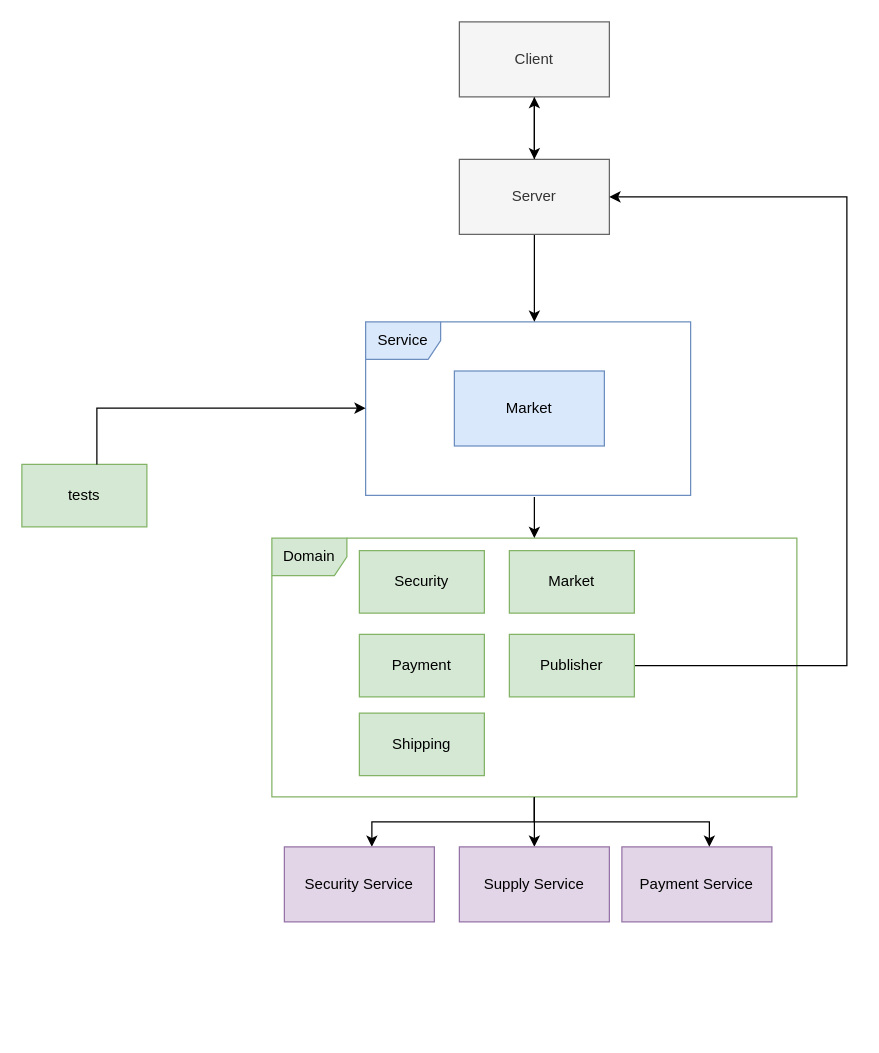
The draw.io diagram page "system architecture" (2 of 2) of Artifacts/architeture_diagram.drawio in yanay94sun/Workshop, before the edit. Source tidied: cells renumbered, new cells numbered last; positions are measured from the earlier drawing's top-left corner, leaving out a move shared by most shapes. Both pictures are drawn from the tidied source at 125%, with x=0, y=0 at pixel (21, 21).
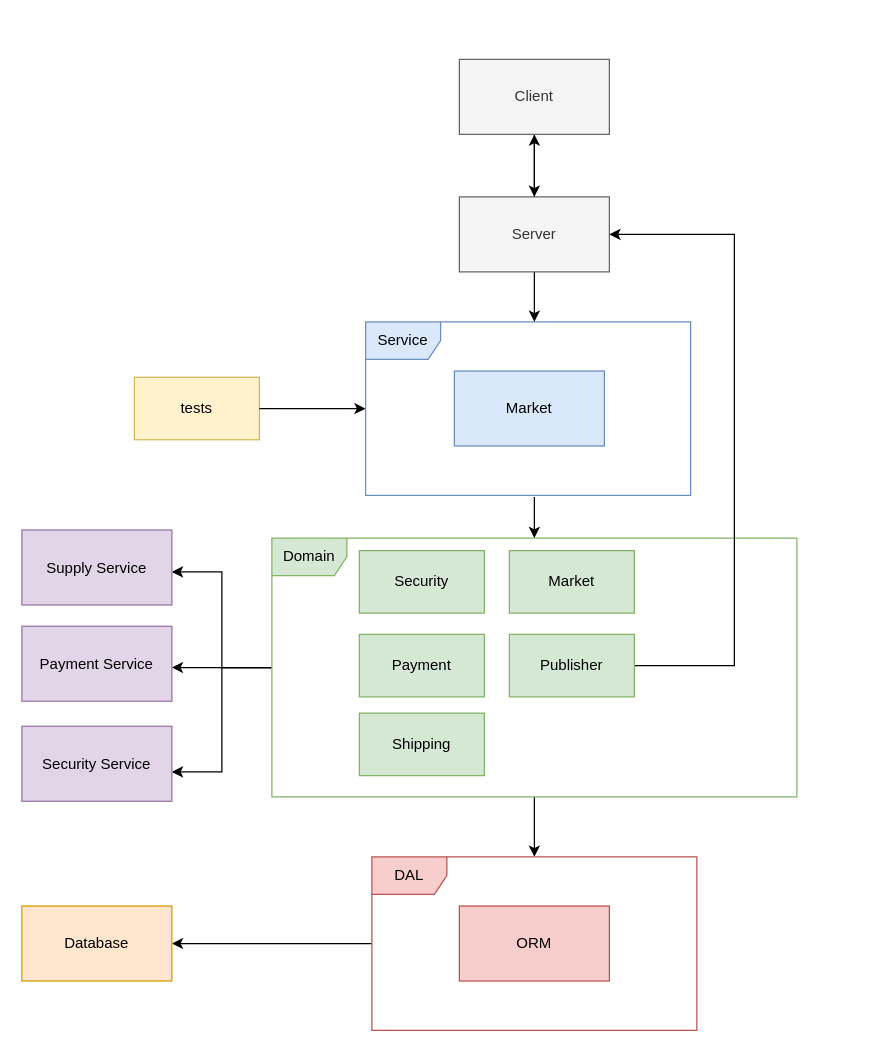
The same page after the edit.

The change refers to these unchanged cells:
```xml
<mxCell id="2" value="Service" style="shape=umlFrame;whiteSpace=wrap;html=1;fillColor=#dae8fc;strokeColor=#6c8ebf;swimlaneFillColor=none;shadow=0;sketch=0;" parent="1" vertex="1">
  <mxGeometry x="275" y="240" width="260" height="138.7" as="geometry" />
</mxCell>
<mxCell id="8" value="Domain" style="shape=umlFrame;whiteSpace=wrap;html=1;fillColor=#d5e8d4;strokeColor=#82b366;gradientColor=none;swimlaneFillColor=none;shadow=0;sketch=0;" parent="1" vertex="1">
  <mxGeometry x="200" y="413" width="420" height="207" as="geometry" />
</mxCell>
<mxCell id="18" value="Publisher" style="rounded=0;whiteSpace=wrap;html=1;fillColor=#d5e8d4;strokeColor=#82b366;" parent="1" vertex="1">
  <mxGeometry x="390" y="490" width="100" height="50" as="geometry" />
</mxCell>
```

What changed in the source:
```diff
@@
     <mxCell id="5" value="Server" style="rounded=0;whiteSpace=wrap;html=1;fillColor=#f5f5f5;fontColor=#333333;strokeColor=#666666;" parent="1" vertex="1">
-      <mxGeometry x="350" y="110" width="120" height="60" as="geometry" />
+      <mxGeometry x="350" y="140" width="120" height="60" as="geometry" />
     </mxCell>
+    <mxCell id="7" style="edgeStyle=orthogonalEdgeStyle;rounded=0;jettySize=auto;html=1;" parent="1" edge="1" source="8" target="12">
+      <mxGeometry relative="1" as="geometry">
+        <Array as="points">
+          <mxPoint x="160" y="516" />
+          <mxPoint x="160" y="440" />
+        </Array>
+      </mxGeometry>
+    </mxCell>
     <mxCell id="6" style="edgeStyle=orthogonalEdgeStyle;rounded=0;jettySize=auto;html=1;" parent="1" edge="1" source="8" target="23">
       <mxGeometry relative="1" as="geometry">
         <Array as="points">
-          <mxPoint x="410" y="640" />
-          <mxPoint x="280" y="640" />
+          <mxPoint x="160" y="516" />
+          <mxPoint x="160" y="600" />
         </Array>
       </mxGeometry>
     </mxCell>
-    <mxCell id="7" style="edgeStyle=orthogonalEdgeStyle;rounded=0;jettySize=auto;html=1;" parent="1" edge="1" source="8" target="12">
-      <mxGeometry relative="1" as="geometry">
-        <Array as="points">
-          <mxPoint x="410" y="650" />
-          <mxPoint x="410" y="650" />
-        </Array>
-      </mxGeometry>
-    </mxCell>
+    <mxCell id="24" style="edgeStyle=orthogonalEdgeStyle;rounded=0;jettySize=auto;html=1;" parent="1" edge="1" source="8" target="11">
+      <mxGeometry relative="1" as="geometry">
+        <Array as="points">
+          <mxPoint x="160" y="517" />
+          <mxPoint x="160" y="517" />
+        </Array>
+      </mxGeometry>
+    </mxCell>
+    <mxCell id="25" style="edgeStyle=orthogonalEdgeStyle;rounded=0;jettySize=auto;html=1;" parent="1" edge="1" source="8" target="27">
+      <mxGeometry relative="1" as="geometry" />
+    </mxCell>
@@
     <mxCell id="11" value="Payment Service" style="rounded=0;whiteSpace=wrap;html=1;fillColor=#e1d5e7;strokeColor=#9673a6;" parent="1" vertex="1">
-      <mxGeometry x="480" y="660" width="120" height="60" as="geometry" />
+      <mxGeometry y="483.5" width="120" height="60" as="geometry" />
     </mxCell>
     <mxCell id="12" value="Supply Service" style="rounded=0;whiteSpace=wrap;html=1;fillColor=#e1d5e7;strokeColor=#9673a6;" parent="1" vertex="1">
-      <mxGeometry x="350" y="660" width="120" height="60" as="geometry" />
+      <mxGeometry y="406.5" width="120" height="60" as="geometry" />
     </mxCell>
@@
     <mxCell id="17" style="edgeStyle=orthogonalEdgeStyle;rounded=0;jettySize=auto;html=1;" parent="1" edge="1" source="18" target="5">
       <mxGeometry relative="1" as="geometry">
         <Array as="points">
-          <mxPoint x="660" y="515" />
-          <mxPoint x="660" y="140" />
+          <mxPoint x="570" y="515" />
+          <mxPoint x="570" y="170" />
         </Array>
       </mxGeometry>
     </mxCell>
@@
-    <mxCell id="19" value="tests" style="rounded=0;whiteSpace=wrap;html=1;fillColor=#d5e8d4;strokeColor=#82b366;" parent="1" vertex="1">
-      <mxGeometry y="354" width="100" height="50" as="geometry" />
+    <mxCell id="19" value="tests" style="rounded=0;whiteSpace=wrap;html=1;fillColor=#fff2cc;strokeColor=#d6b656;" parent="1" vertex="1">
+      <mxGeometry x="90" y="284.3" width="100" height="50" as="geometry" />
     </mxCell>
     <mxCell id="20" style="edgeStyle=orthogonalEdgeStyle;rounded=0;jettySize=auto;html=1;" parent="1" edge="1" source="19" target="2">
-      <mxGeometry relative="1" as="geometry">
-        <Array as="points">
-          <mxPoint x="60" y="309" />
-        </Array>
-      </mxGeometry>
+      <mxGeometry relative="1" as="geometry" />
     </mxCell>
@@
     <mxCell id="22" value="Client" style="rounded=0;whiteSpace=wrap;html=1;fillColor=#f5f5f5;fontColor=#333333;strokeColor=#666666;" parent="1" vertex="1">
-      <mxGeometry x="350" width="120" height="60" as="geometry" />
+      <mxGeometry x="350" y="30" width="120" height="60" as="geometry" />
     </mxCell>
     <mxCell id="23" value="Security Service" style="rounded=0;whiteSpace=wrap;html=1;fillColor=#e1d5e7;strokeColor=#9673a6;" parent="1" vertex="1">
-      <mxGeometry x="210" y="660" width="120" height="60" as="geometry" />
+      <mxGeometry y="563.5" width="120" height="60" as="geometry" />
     </mxCell>
-    <mxCell id="24" style="edgeStyle=orthogonalEdgeStyle;rounded=0;jettySize=auto;html=1;" parent="1" edge="1" source="8" target="11">
-      <mxGeometry relative="1" as="geometry">
-        <Array as="points">
-          <mxPoint x="410" y="640" />
-          <mxPoint x="550" y="640" />
-        </Array>
-      </mxGeometry>
-    </mxCell>
+    <mxCell id="26" style="edgeStyle=orthogonalEdgeStyle;rounded=0;jettySize=auto;html=1;" parent="1" edge="1" source="27" target="28">
+      <mxGeometry relative="1" as="geometry" />
+    </mxCell>
+    <mxCell id="27" value="DAL" style="shape=umlFrame;whiteSpace=wrap;html=1;fillColor=#f8cecc;strokeColor=#b85450;swimlaneFillColor=none;shadow=0;sketch=0;" parent="1" vertex="1">
+      <mxGeometry x="280" y="668" width="260" height="138.7" as="geometry" />
+    </mxCell>
+    <mxCell id="28" value="Database" style="rounded=0;whiteSpace=wrap;html=1;fillColor=#ffe6cc;strokeColor=#d79b00;" parent="1" vertex="1">
+      <mxGeometry y="707.3" width="120" height="60" as="geometry" />
+    </mxCell>
+    <mxCell id="29" value="ORM" style="rounded=0;whiteSpace=wrap;html=1;fillColor=#f8cecc;strokeColor=#b85450;" parent="1" vertex="1">
+      <mxGeometry x="350" y="707.3" width="120" height="60" as="geometry" />
+    </mxCell>
```
